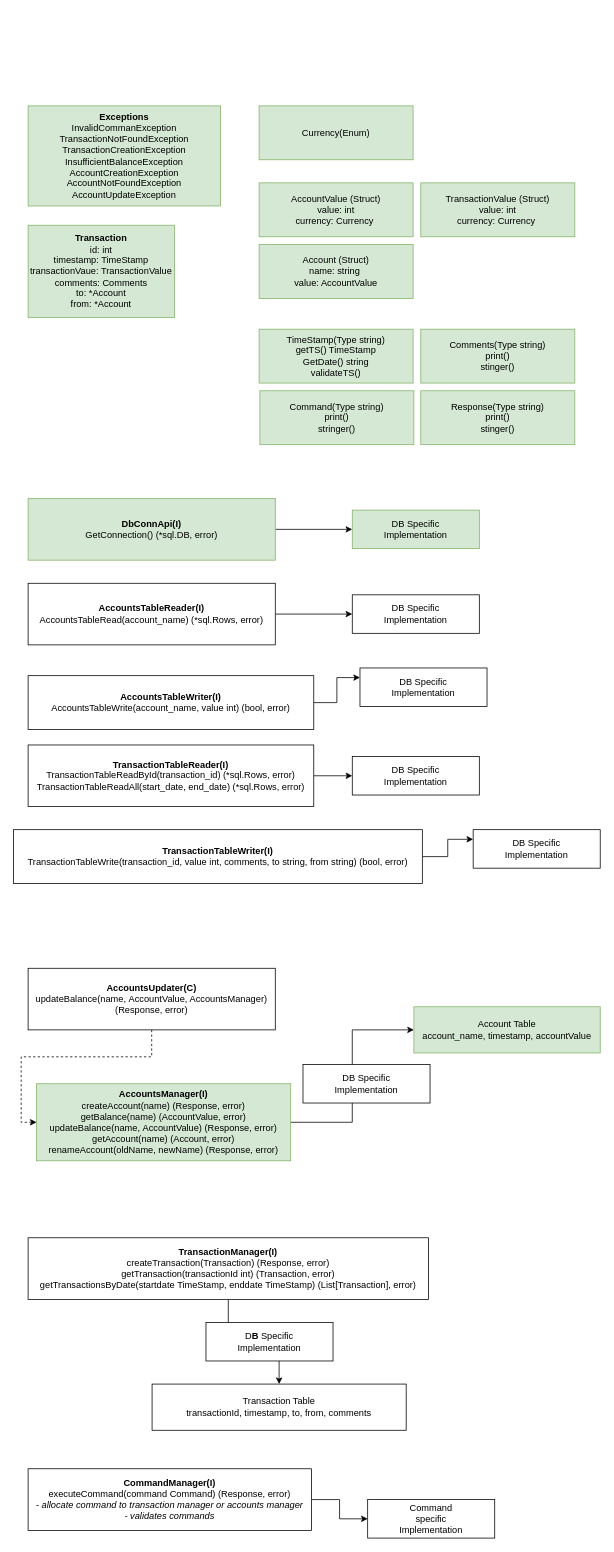
pogo420/persofin keeps this draw.io diagram as page "LLD" (2 of 3) of architecture/personal_finance_utility.drawio. Above is the earlier version. Source tidied: cells renumbered, new cells numbered last; positions are measured from the earlier drawing's top-left corner, leaving out a move shared by most shapes. Both pictures are drawn from the tidied source at 77%, with x=0, y=0 at pixel (13, 105).
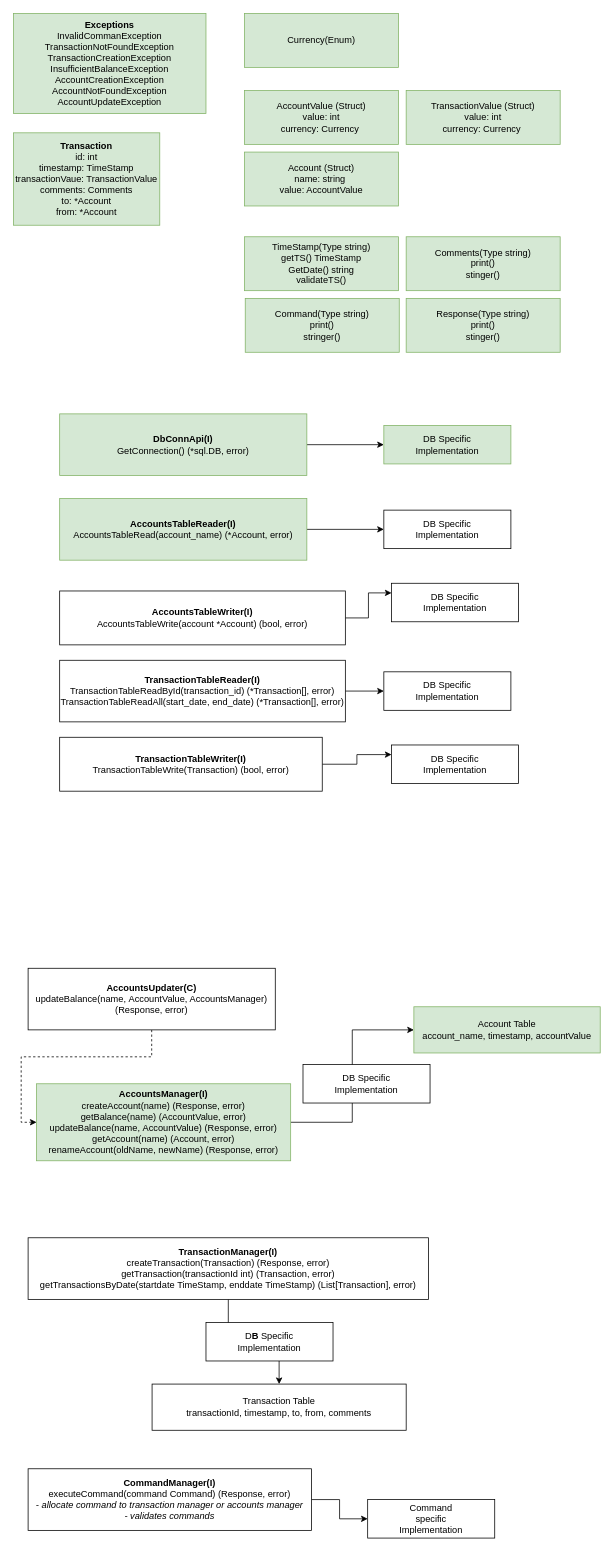
Above is the later version.

Change to the diagram source:
```diff
@@
     <mxCell id="2" value="&lt;b&gt;Transaction&lt;/b&gt;&lt;br&gt;id: int&lt;br&gt;timestamp: TimeStamp&lt;br&gt;transactionVaue: TransactionValue&lt;br&gt;comments: Comments&lt;br&gt;to: *Account&lt;br&gt;from: *Account" style="rounded=0;whiteSpace=wrap;html=1;fillColor=#d5e8d4;strokeColor=#82b366;" parent="1" vertex="1">
-      <mxGeometry x="19" y="155" width="190" height="120" as="geometry" />
+      <mxGeometry y="35" width="190" height="120" as="geometry" />
     </mxCell>
     <mxCell id="3" value="Account (Struct)&lt;br&gt;name: string&amp;nbsp;&lt;br&gt;value: AccountValue" style="rounded=0;whiteSpace=wrap;html=1;fillColor=#d5e8d4;strokeColor=#82b366;" parent="1" vertex="1">
-      <mxGeometry x="319" y="180" width="200" height="70" as="geometry" />
+      <mxGeometry x="300" y="60" width="200" height="70" as="geometry" />
     </mxCell>
     <mxCell id="4" value="TransactionValue (Struct)&lt;br&gt;value: int&lt;br&gt;currency: Currency&amp;nbsp;" style="rounded=0;whiteSpace=wrap;html=1;fillColor=#d5e8d4;strokeColor=#82b366;" parent="1" vertex="1">
-      <mxGeometry x="529" y="100" width="200" height="70" as="geometry" />
+      <mxGeometry x="510" y="-20" width="200" height="70" as="geometry" />
     </mxCell>
     <mxCell id="5" value="Currency(Enum)" style="rounded=0;whiteSpace=wrap;html=1;fillColor=#d5e8d4;strokeColor=#82b366;" parent="1" vertex="1">
-      <mxGeometry x="319" width="200" height="70" as="geometry" />
+      <mxGeometry x="300" y="-120" width="200" height="70" as="geometry" />
     </mxCell>
@@
     <mxCell id="12" value="AccountValue (Struct)&lt;br&gt;value: int&lt;br&gt;currency: Currency&amp;nbsp;" style="rounded=0;whiteSpace=wrap;html=1;fillColor=#d5e8d4;strokeColor=#82b366;" parent="1" vertex="1">
-      <mxGeometry x="319" y="100" width="200" height="70" as="geometry" />
+      <mxGeometry x="300" y="-20" width="200" height="70" as="geometry" />
     </mxCell>
     <mxCell id="13" value="Response(Type string)&lt;br&gt;print()&lt;br&gt;stinger()" style="rounded=0;whiteSpace=wrap;html=1;fillColor=#d5e8d4;strokeColor=#82b366;" parent="1" vertex="1">
-      <mxGeometry x="529" y="370" width="200" height="70" as="geometry" />
+      <mxGeometry x="510" y="250" width="200" height="70" as="geometry" />
     </mxCell>
     <mxCell id="14" value="TimeStamp(Type string)&lt;br&gt;getTS() TimeStamp&lt;br&gt;GetDate() string&lt;br&gt;validateTS()" style="rounded=0;whiteSpace=wrap;html=1;fillColor=#d5e8d4;strokeColor=#82b366;" parent="1" vertex="1">
-      <mxGeometry x="319" y="290" width="200" height="70" as="geometry" />
+      <mxGeometry x="300" y="170" width="200" height="70" as="geometry" />
     </mxCell>
@@
     <mxCell id="19" value="Command(Type string)&lt;br&gt;print()&lt;br&gt;stringer()" style="rounded=0;whiteSpace=wrap;html=1;fillColor=#d5e8d4;strokeColor=#82b366;" parent="1" vertex="1">
-      <mxGeometry x="320" y="370" width="200" height="70" as="geometry" />
+      <mxGeometry x="301" y="250" width="200" height="70" as="geometry" />
     </mxCell>
     <mxCell id="20" value="&lt;b&gt;Exceptions&lt;/b&gt;&lt;br&gt;InvalidCommanException&lt;br&gt;TransactionNotFoundException&lt;br&gt;TransactionCreationException&lt;br&gt;InsufficientBalanceException&lt;br&gt;AccountCreationException&lt;br&gt;AccountNotFoundException&lt;br&gt;AccountUpdateException" style="rounded=0;whiteSpace=wrap;html=1;fillColor=#d5e8d4;strokeColor=#82b366;" parent="1" vertex="1">
-      <mxGeometry x="19" width="250" height="130" as="geometry" />
+      <mxGeometry y="-120" width="250" height="130" as="geometry" />
     </mxCell>
     <mxCell id="21" value="Comments(Type string)&lt;br&gt;print()&lt;br&gt;stinger()" style="rounded=0;whiteSpace=wrap;html=1;fillColor=#d5e8d4;strokeColor=#82b366;" parent="1" vertex="1">
-      <mxGeometry x="529" y="290" width="200" height="70" as="geometry" />
+      <mxGeometry x="510" y="170" width="200" height="70" as="geometry" />
     </mxCell>
@@
-    <mxCell id="26" value="&lt;b&gt;AccountsTableReader(I)&lt;br&gt;&lt;/b&gt;AccountsTableRead(account_name) (*sql.Rows, error)&lt;br&gt;" style="rounded=0;whiteSpace=wrap;html=1;" parent="1" vertex="1">
-      <mxGeometry x="19" y="620" width="321" height="80" as="geometry" />
+    <mxCell id="26" value="&lt;b&gt;AccountsTableReader(I)&lt;br&gt;&lt;/b&gt;AccountsTableRead(account_name) (*Account, error)" style="rounded=0;whiteSpace=wrap;html=1;fillColor=#d5e8d4;strokeColor=#82b366;" parent="1" vertex="1">
+      <mxGeometry x="60" y="510" width="321" height="80" as="geometry" />
     </mxCell>
@@
-    <mxCell id="28" value="&lt;b&gt;AccountsTableWriter(I)&lt;br&gt;&lt;/b&gt;AccountsTableWrite(account_name, value int) (bool, error)" style="rounded=0;whiteSpace=wrap;html=1;" parent="1" vertex="1">
-      <mxGeometry x="19" y="740" width="371" height="70" as="geometry" />
+    <mxCell id="28" value="&lt;b&gt;AccountsTableWriter(I)&lt;br&gt;&lt;/b&gt;AccountsTableWrite(account *Account) (bool, error)" style="rounded=0;whiteSpace=wrap;html=1;" parent="1" vertex="1">
+      <mxGeometry x="60" y="630" width="371" height="70" as="geometry" />
     </mxCell>
     <mxCell id="29" value="&lt;span style=&quot;font-weight: normal&quot;&gt;DB Specific &lt;br&gt;Implementation&lt;/span&gt;" style="rounded=0;whiteSpace=wrap;html=1;fontStyle=1;" parent="1" vertex="1">
-      <mxGeometry x="440" y="635" width="165" height="50" as="geometry" />
+      <mxGeometry x="481" y="525" width="165" height="50" as="geometry" />
     </mxCell>
     <mxCell id="30" value="&lt;span style=&quot;font-weight: normal&quot;&gt;DB Specific &lt;br&gt;Implementation&lt;/span&gt;" style="rounded=0;whiteSpace=wrap;html=1;fontStyle=1;" parent="1" vertex="1">
-      <mxGeometry x="450" y="730" width="165" height="50" as="geometry" />
+      <mxGeometry x="491" y="620" width="165" height="50" as="geometry" />
     </mxCell>
@@
-    <mxCell id="32" value="&lt;b&gt;TransactionTableReader(I)&lt;br&gt;&lt;/b&gt;TransactionTableReadById(transaction_id) (*sql.Rows, error)&lt;br&gt;TransactionTableReadAll(start_date, end_date) (*sql.Rows, error)" style="rounded=0;whiteSpace=wrap;html=1;" parent="1" vertex="1">
-      <mxGeometry x="19" y="830" width="371" height="80" as="geometry" />
+    <mxCell id="32" value="&lt;b&gt;TransactionTableReader(I)&lt;br&gt;&lt;/b&gt;TransactionTableReadById(transaction_id) (*Transaction[], error)&lt;br&gt;TransactionTableReadAll(start_date, end_date) (*Transaction[], error)" style="rounded=0;whiteSpace=wrap;html=1;" parent="1" vertex="1">
+      <mxGeometry x="60" y="720" width="371" height="80" as="geometry" />
     </mxCell>
@@
-    <mxCell id="34" value="&lt;b&gt;TransactionTableWriter(I)&lt;br&gt;&lt;/b&gt;TransactionTableWrite(transaction_id, value int, comments, to string, from string) (bool, error)" style="rounded=0;whiteSpace=wrap;html=1;" parent="1" vertex="1">
-      <mxGeometry y="940" width="531" height="70" as="geometry" />
+    <mxCell id="34" value="&lt;b&gt;TransactionTableWriter(I)&lt;br&gt;&lt;/b&gt;TransactionTableWrite(Transaction) (bool, error)" style="rounded=0;whiteSpace=wrap;html=1;" parent="1" vertex="1">
+      <mxGeometry x="60" y="820" width="341" height="70" as="geometry" />
     </mxCell>
     <mxCell id="35" value="&lt;span style=&quot;font-weight: normal&quot;&gt;DB Specific &lt;br&gt;Implementation&lt;/span&gt;" style="rounded=0;whiteSpace=wrap;html=1;fontStyle=1;" parent="1" vertex="1">
-      <mxGeometry x="440" y="845" width="165" height="50" as="geometry" />
+      <mxGeometry x="481" y="735" width="165" height="50" as="geometry" />
     </mxCell>
     <mxCell id="36" value="&lt;span style=&quot;font-weight: normal&quot;&gt;DB Specific &lt;br&gt;Implementation&lt;/span&gt;" style="rounded=0;whiteSpace=wrap;html=1;fontStyle=1;" parent="1" vertex="1">
-      <mxGeometry x="597" y="940" width="165" height="50" as="geometry" />
+      <mxGeometry x="491" y="830" width="165" height="50" as="geometry" />
     </mxCell>
@@
     <mxCell id="38" value="&lt;b&gt;DbConnApi(I)&lt;br&gt;&lt;/b&gt;GetConnection() (*sql.DB, error)" style="rounded=0;whiteSpace=wrap;html=1;fillColor=#d5e8d4;strokeColor=#82b366;" parent="1" vertex="1">
-      <mxGeometry x="19" y="510" width="321" height="80" as="geometry" />
+      <mxGeometry x="60" y="400" width="321" height="80" as="geometry" />
     </mxCell>
     <mxCell id="39" value="&lt;span style=&quot;font-weight: normal&quot;&gt;DB Specific &lt;br&gt;Implementation&lt;/span&gt;" style="rounded=0;whiteSpace=wrap;html=1;fontStyle=1;fillColor=#d5e8d4;strokeColor=#82b366;" parent="1" vertex="1">
-      <mxGeometry x="440" y="525" width="165" height="50" as="geometry" />
+      <mxGeometry x="481" y="415" width="165" height="50" as="geometry" />
     </mxCell>
```
